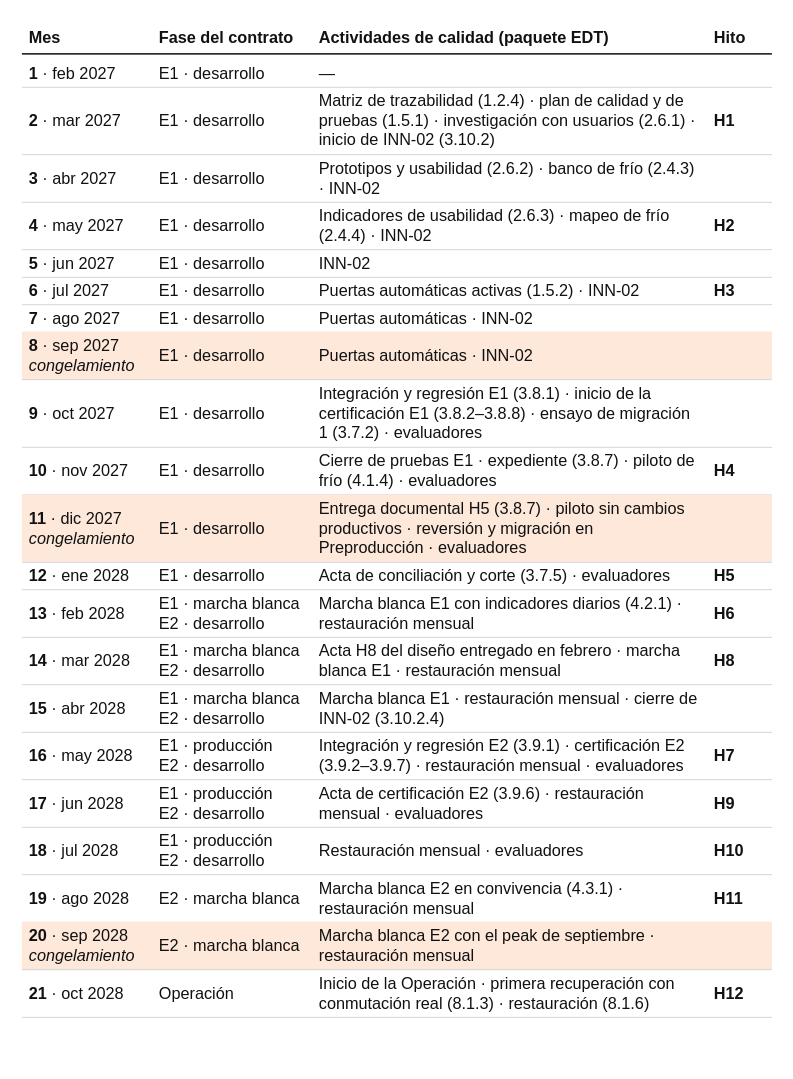
Above: SD9_v_nueva/09_plan_calidad/diagramas/Fig_9-10_Calidad_Implementacion_vertical.drawio in PatricioH315/LafroX (draw.io), before the change. Source tidied: cells renumbered, new cells numbered last; positions are measured from the earlier drawing's top-left corner, leaving out a move shared by most shapes. Both pictures are drawn from the tidied source at 125%, with x=0, y=0 at pixel (21, 21).
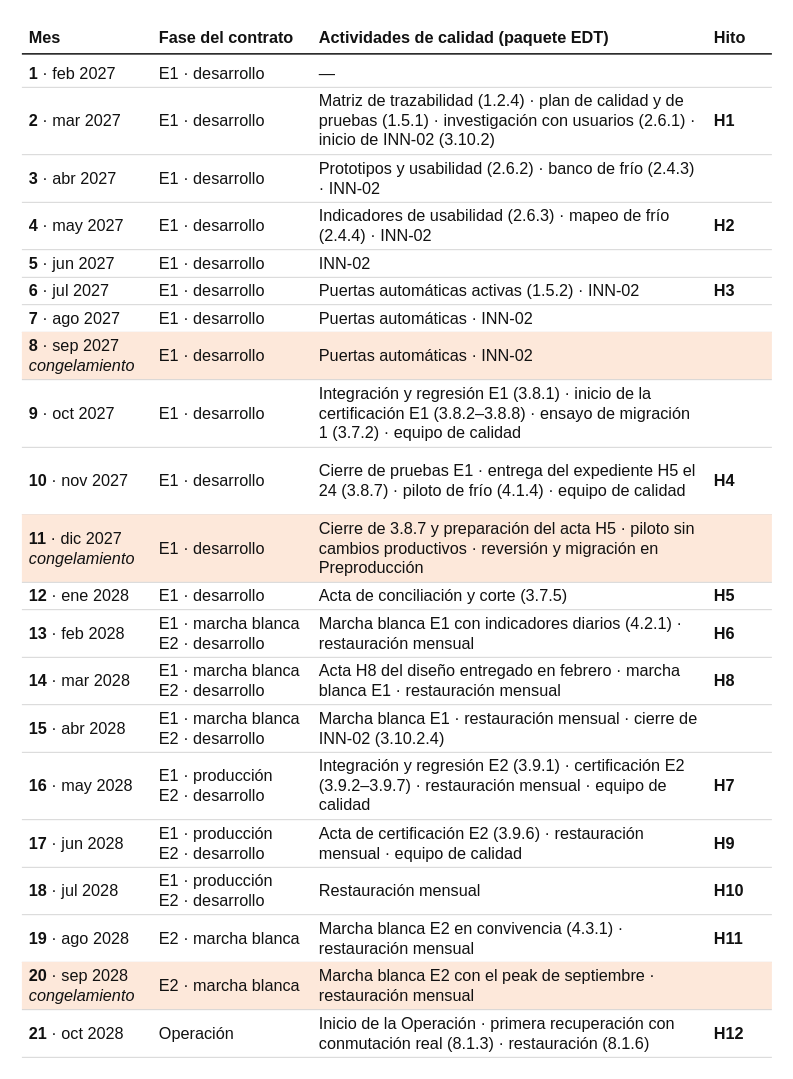
The same diagram, later.

Commit message (it also covers changes not shown here):
docs(sd9): alinea la entrega del H5 y el rótulo de G5 con T-17 y SD13

Change to the diagram source:
```diff
@@
-    <mxCell id="45" value="Integración y regresión E1 (3.8.1) · inicio de la certificación E1 (3.8.2–3.8.8) · ensayo de migración 1 (3.7.2) · evaluadores" style="text;html=1;fontSize=13;fontFamily=Helvetica;fontColor=#111111;align=left;verticalAlign=middle;whiteSpace=wrap;" parent="1" vertex="1">
+    <mxCell id="45" value="Integración y regresión E1 (3.8.1) · inicio de la certificación E1 (3.8.2–3.8.8) · ensayo de migración 1 (3.7.2) · equipo de calidad" style="text;html=1;fontSize=13;fontFamily=Helvetica;fontColor=#111111;align=left;verticalAlign=middle;whiteSpace=wrap;" parent="1" vertex="1">
       <mxGeometry x="236" y="286" width="308" height="54" as="geometry" />
     </mxCell>
@@
     <mxCell id="47" value="&lt;b&gt;10&lt;/b&gt; · nov 2027" style="text;html=1;fontSize=13;fontFamily=Helvetica;fontColor=#111111;align=left;verticalAlign=middle;whiteSpace=wrap;" parent="1" vertex="1">
-      <mxGeometry x="4" y="340" width="100" height="38" as="geometry" />
+      <mxGeometry x="4" y="340" width="100" height="54" as="geometry" />
     </mxCell>
     <mxCell id="48" value="E1 · desarrollo" style="text;html=1;fontSize=13;fontFamily=Helvetica;fontColor=#111111;align=left;verticalAlign=middle;whiteSpace=wrap;" parent="1" vertex="1">
-      <mxGeometry x="108" y="340" width="124" height="38" as="geometry" />
+      <mxGeometry x="108" y="340" width="124" height="54" as="geometry" />
     </mxCell>
-    <mxCell id="49" value="Cierre de pruebas E1 · expediente (3.8.7) · piloto de frío (4.1.4) · evaluadores" style="text;html=1;fontSize=13;fontFamily=Helvetica;fontColor=#111111;align=left;verticalAlign=middle;whiteSpace=wrap;" parent="1" vertex="1">
-      <mxGeometry x="236" y="340" width="308" height="38" as="geometry" />
+    <mxCell id="49" value="Cierre de pruebas E1 · entrega del expediente H5 el 24 (3.8.7) · piloto de frío (4.1.4) · equipo de calidad" style="text;html=1;fontSize=13;fontFamily=Helvetica;fontColor=#111111;align=left;verticalAlign=middle;whiteSpace=wrap;" parent="1" vertex="1">
+      <mxGeometry x="236" y="340" width="308" height="54" as="geometry" />
     </mxCell>
     <mxCell id="50" value="&lt;b&gt;H4&lt;/b&gt;" style="text;html=1;fontSize=13;fontFamily=Helvetica;fontColor=#111111;align=left;verticalAlign=middle;whiteSpace=wrap;" parent="1" vertex="1">
-      <mxGeometry x="552" y="340" width="48" height="38" as="geometry" />
+      <mxGeometry x="552" y="340" width="48" height="54" as="geometry" />
     </mxCell>
     <mxCell id="51" style="rounded=0;html=1;strokeColor=none;fillColor=#C7C7C7;" parent="1" vertex="1">
-      <mxGeometry y="378" width="600" height="0.6" as="geometry" />
+      <mxGeometry y="394" width="600" height="0.6" as="geometry" />
     </mxCell>
     <mxCell id="52" style="rounded=0;html=1;strokeColor=none;fillColor=#FDE8DA;" parent="1" vertex="1">
-      <mxGeometry y="378" width="600" height="54" as="geometry" />
+      <mxGeometry y="394" width="600" height="54" as="geometry" />
     </mxCell>
     <mxCell id="53" value="&lt;b&gt;11&lt;/b&gt; · dic 2027&lt;br&gt;&lt;i&gt;congelamiento&lt;/i&gt;" style="text;html=1;fontSize=13;fontFamily=Helvetica;fontColor=#111111;align=left;verticalAlign=middle;whiteSpace=wrap;" parent="1" vertex="1">
-      <mxGeometry x="4" y="378" width="100" height="54" as="geometry" />
+      <mxGeometry x="4" y="394" width="100" height="54" as="geometry" />
     </mxCell>
     <mxCell id="54" value="E1 · desarrollo" style="text;html=1;fontSize=13;fontFamily=Helvetica;fontColor=#111111;align=left;verticalAlign=middle;whiteSpace=wrap;" parent="1" vertex="1">
-      <mxGeometry x="108" y="378" width="124" height="54" as="geometry" />
+      <mxGeometry x="108" y="394" width="124" height="54" as="geometry" />
     </mxCell>
-    <mxCell id="55" value="Entrega documental H5 (3.8.7) · piloto sin cambios productivos · reversión y migración en Preproducción · evaluadores" style="text;html=1;fontSize=13;fontFamily=Helvetica;fontColor=#111111;align=left;verticalAlign=middle;whiteSpace=wrap;" parent="1" vertex="1">
-      <mxGeometry x="236" y="378" width="308" height="54" as="geometry" />
+    <mxCell id="55" value="Cierre de 3.8.7 y preparación del acta H5 · piloto sin cambios productivos · reversión y migración en Preproducción" style="text;html=1;fontSize=13;fontFamily=Helvetica;fontColor=#111111;align=left;verticalAlign=middle;whiteSpace=wrap;" parent="1" vertex="1">
+      <mxGeometry x="236" y="394" width="308" height="54" as="geometry" />
     </mxCell>
     <mxCell id="56" style="rounded=0;html=1;strokeColor=none;fillColor=#C7C7C7;" parent="1" vertex="1">
-      <mxGeometry y="432" width="600" height="0.6" as="geometry" />
+      <mxGeometry y="448" width="600" height="0.6" as="geometry" />
     </mxCell>
     <mxCell id="57" value="&lt;b&gt;12&lt;/b&gt; · ene 2028" style="text;html=1;fontSize=13;fontFamily=Helvetica;fontColor=#111111;align=left;verticalAlign=middle;whiteSpace=wrap;" parent="1" vertex="1">
-      <mxGeometry x="4" y="432" width="100" height="22" as="geometry" />
+      <mxGeometry x="4" y="448" width="100" height="22" as="geometry" />
     </mxCell>
     <mxCell id="58" value="E1 · desarrollo" style="text;html=1;fontSize=13;fontFamily=Helvetica;fontColor=#111111;align=left;verticalAlign=middle;whiteSpace=wrap;" parent="1" vertex="1">
-      <mxGeometry x="108" y="432" width="124" height="22" as="geometry" />
+      <mxGeometry x="108" y="448" width="124" height="22" as="geometry" />
     </mxCell>
-    <mxCell id="59" value="Acta de conciliación y corte (3.7.5) · evaluadores" style="text;html=1;fontSize=13;fontFamily=Helvetica;fontColor=#111111;align=left;verticalAlign=middle;whiteSpace=wrap;" parent="1" vertex="1">
-      <mxGeometry x="236" y="432" width="308" height="22" as="geometry" />
+    <mxCell id="59" value="Acta de conciliación y corte (3.7.5)" style="text;html=1;fontSize=13;fontFamily=Helvetica;fontColor=#111111;align=left;verticalAlign=middle;whiteSpace=wrap;" parent="1" vertex="1">
+      <mxGeometry x="236" y="448" width="308" height="22" as="geometry" />
     </mxCell>
     <mxCell id="60" value="&lt;b&gt;H5&lt;/b&gt;" style="text;html=1;fontSize=13;fontFamily=Helvetica;fontColor=#111111;align=left;verticalAlign=middle;whiteSpace=wrap;" parent="1" vertex="1">
-      <mxGeometry x="552" y="432" width="48" height="22" as="geometry" />
+      <mxGeometry x="552" y="448" width="48" height="22" as="geometry" />
     </mxCell>
     <mxCell id="61" style="rounded=0;html=1;strokeColor=none;fillColor=#C7C7C7;" parent="1" vertex="1">
-      <mxGeometry y="454" width="600" height="0.6" as="geometry" />
+      <mxGeometry y="470" width="600" height="0.6" as="geometry" />
     </mxCell>
     <mxCell id="62" value="&lt;b&gt;13&lt;/b&gt; · feb 2028" style="text;html=1;fontSize=13;fontFamily=Helvetica;fontColor=#111111;align=left;verticalAlign=middle;whiteSpace=wrap;" parent="1" vertex="1">
-      <mxGeometry x="4" y="454" width="100" height="38" as="geometry" />
+      <mxGeometry x="4" y="470" width="100" height="38" as="geometry" />
     </mxCell>
     <mxCell id="63" value="E1 · marcha blanca&lt;br&gt;E2 · desarrollo" style="text;html=1;fontSize=13;fontFamily=Helvetica;fontColor=#111111;align=left;verticalAlign=middle;whiteSpace=wrap;" parent="1" vertex="1">
-      <mxGeometry x="108" y="454" width="124" height="38" as="geometry" />
+      <mxGeometry x="108" y="470" width="124" height="38" as="geometry" />
     </mxCell>
     <mxCell id="64" value="Marcha blanca E1 con indicadores diarios (4.2.1) · restauración mensual" style="text;html=1;fontSize=13;fontFamily=Helvetica;fontColor=#111111;align=left;verticalAlign=middle;whiteSpace=wrap;" parent="1" vertex="1">
-      <mxGeometry x="236" y="454" width="308" height="38" as="geometry" />
+      <mxGeometry x="236" y="470" width="308" height="38" as="geometry" />
     </mxCell>
     <mxCell id="65" value="&lt;b&gt;H6&lt;/b&gt;" style="text;html=1;fontSize=13;fontFamily=Helvetica;fontColor=#111111;align=left;verticalAlign=middle;whiteSpace=wrap;" parent="1" vertex="1">
-      <mxGeometry x="552" y="454" width="48" height="38" as="geometry" />
+      <mxGeometry x="552" y="470" width="48" height="38" as="geometry" />
     </mxCell>
     <mxCell id="66" style="rounded=0;html=1;strokeColor=none;fillColor=#C7C7C7;" parent="1" vertex="1">
-      <mxGeometry y="492" width="600" height="0.6" as="geometry" />
+      <mxGeometry y="508" width="600" height="0.6" as="geometry" />
     </mxCell>
     <mxCell id="67" value="&lt;b&gt;14&lt;/b&gt; · mar 2028" style="text;html=1;fontSize=13;fontFamily=Helvetica;fontColor=#111111;align=left;verticalAlign=middle;whiteSpace=wrap;" parent="1" vertex="1">
-      <mxGeometry x="4" y="492" width="100" height="38" as="geometry" />
+      <mxGeometry x="4" y="508" width="100" height="38" as="geometry" />
     </mxCell>
     <mxCell id="68" value="E1 · marcha blanca&lt;br&gt;E2 · desarrollo" style="text;html=1;fontSize=13;fontFamily=Helvetica;fontColor=#111111;align=left;verticalAlign=middle;whiteSpace=wrap;" parent="1" vertex="1">
-      <mxGeometry x="108" y="492" width="124" height="38" as="geometry" />
+      <mxGeometry x="108" y="508" width="124" height="38" as="geometry" />
     </mxCell>
     <mxCell id="69" value="Acta H8 del diseño entregado en febrero · marcha blanca E1 · restauración mensual" style="text;html=1;fontSize=13;fontFamily=Helvetica;fontColor=#111111;align=left;verticalAlign=middle;whiteSpace=wrap;" parent="1" vertex="1">
-      <mxGeometry x="236" y="492" width="308" height="38" as="geometry" />
+      <mxGeometry x="236" y="508" width="308" height="38" as="geometry" />
     </mxCell>
     <mxCell id="70" value="&lt;b&gt;H8&lt;/b&gt;" style="text;html=1;fontSize=13;fontFamily=Helvetica;fontColor=#111111;align=left;verticalAlign=middle;whiteSpace=wrap;" parent="1" vertex="1">
-      <mxGeometry x="552" y="492" width="48" height="38" as="geometry" />
+      <mxGeometry x="552" y="508" width="48" height="38" as="geometry" />
     </mxCell>
     <mxCell id="71" style="rounded=0;html=1;strokeColor=none;fillColor=#C7C7C7;" parent="1" vertex="1">
-      <mxGeometry y="530" width="600" height="0.6" as="geometry" />
+      <mxGeometry y="546" width="600" height="0.6" as="geometry" />
     </mxCell>
     <mxCell id="72" value="&lt;b&gt;15&lt;/b&gt; · abr 2028" style="text;html=1;fontSize=13;fontFamily=Helvetica;fontColor=#111111;align=left;verticalAlign=middle;whiteSpace=wrap;" parent="1" vertex="1">
-      <mxGeometry x="4" y="530" width="100" height="38" as="geometry" />
+      <mxGeometry x="4" y="546" width="100" height="38" as="geometry" />
     </mxCell>
     <mxCell id="73" value="E1 · marcha blanca&lt;br&gt;E2 · desarrollo" style="text;html=1;fontSize=13;fontFamily=Helvetica;fontColor=#111111;align=left;verticalAlign=middle;whiteSpace=wrap;" parent="1" vertex="1">
-      <mxGeometry x="108" y="530" width="124" height="38" as="geometry" />
+      <mxGeometry x="108" y="546" width="124" height="38" as="geometry" />
     </mxCell>
     <mxCell id="74" value="Marcha blanca E1 · restauración mensual · cierre de INN-02 (3.10.2.4)" style="text;html=1;fontSize=13;fontFamily=Helvetica;fontColor=#111111;align=left;verticalAlign=middle;whiteSpace=wrap;" parent="1" vertex="1">
-      <mxGeometry x="236" y="530" width="308" height="38" as="geometry" />
+      <mxGeometry x="236" y="546" width="308" height="38" as="geometry" />
     </mxCell>
     <mxCell id="75" style="rounded=0;html=1;strokeColor=none;fillColor=#C7C7C7;" parent="1" vertex="1">
-      <mxGeometry y="568" width="600" height="0.6" as="geometry" />
+      <mxGeometry y="584" width="600" height="0.6" as="geometry" />
     </mxCell>
     <mxCell id="76" value="&lt;b&gt;16&lt;/b&gt; · may 2028" style="text;html=1;fontSize=13;fontFamily=Helvetica;fontColor=#111111;align=left;verticalAlign=middle;whiteSpace=wrap;" parent="1" vertex="1">
-      <mxGeometry x="4" y="568" width="100" height="38" as="geometry" />
+      <mxGeometry x="4" y="584" width="100" height="54" as="geometry" />
     </mxCell>
     <mxCell id="77" value="E1 · producción&lt;br&gt;E2 · desarrollo" style="text;html=1;fontSize=13;fontFamily=Helvetica;fontColor=#111111;align=left;verticalAlign=middle;whiteSpace=wrap;" parent="1" vertex="1">
-      <mxGeometry x="108" y="568" width="124" height="38" as="geometry" />
+      <mxGeometry x="108" y="584" width="124" height="54" as="geometry" />
     </mxCell>
-    <mxCell id="78" value="Integración y regresión E2 (3.9.1) · certificación E2 (3.9.2–3.9.7) · restauración mensual · evaluadores" style="text;html=1;fontSize=13;fontFamily=Helvetica;fontColor=#111111;align=left;verticalAlign=middle;whiteSpace=wrap;" parent="1" vertex="1">
-      <mxGeometry x="236" y="568" width="308" height="38" as="geometry" />
+    <mxCell id="78" value="Integración y regresión E2 (3.9.1) · certificación E2 (3.9.2–3.9.7) · restauración mensual · equipo de calidad" style="text;html=1;fontSize=13;fontFamily=Helvetica;fontColor=#111111;align=left;verticalAlign=middle;whiteSpace=wrap;" parent="1" vertex="1">
+      <mxGeometry x="236" y="584" width="308" height="54" as="geometry" />
     </mxCell>
     <mxCell id="79" value="&lt;b&gt;H7&lt;/b&gt;" style="text;html=1;fontSize=13;fontFamily=Helvetica;fontColor=#111111;align=left;verticalAlign=middle;whiteSpace=wrap;" parent="1" vertex="1">
-      <mxGeometry x="552" y="568" width="48" height="38" as="geometry" />
+      <mxGeometry x="552" y="584" width="48" height="54" as="geometry" />
     </mxCell>
     <mxCell id="80" style="rounded=0;html=1;strokeColor=none;fillColor=#C7C7C7;" parent="1" vertex="1">
-      <mxGeometry y="606" width="600" height="0.6" as="geometry" />
+      <mxGeometry y="638" width="600" height="0.6" as="geometry" />
     </mxCell>
     <mxCell id="81" value="&lt;b&gt;17&lt;/b&gt; · jun 2028" style="text;html=1;fontSize=13;fontFamily=Helvetica;fontColor=#111111;align=left;verticalAlign=middle;whiteSpace=wrap;" parent="1" vertex="1">
-      <mxGeometry x="4" y="606" width="100" height="38" as="geometry" />
+      <mxGeometry x="4" y="638" width="100" height="38" as="geometry" />
     </mxCell>
     <mxCell id="82" value="E1 · producción&lt;br&gt;E2 · desarrollo" style="text;html=1;fontSize=13;fontFamily=Helvetica;fontColor=#111111;align=left;verticalAlign=middle;whiteSpace=wrap;" parent="1" vertex="1">
-      <mxGeometry x="108" y="606" width="124" height="38" as="geometry" />
+      <mxGeometry x="108" y="638" width="124" height="38" as="geometry" />
     </mxCell>
-    <mxCell id="83" value="Acta de certificación E2 (3.9.6) · restauración mensual · evaluadores" style="text;html=1;fontSize=13;fontFamily=Helvetica;fontColor=#111111;align=left;verticalAlign=middle;whiteSpace=wrap;" parent="1" vertex="1">
-      <mxGeometry x="236" y="606" width="308" height="38" as="geometry" />
+    <mxCell id="83" value="Acta de certificación E2 (3.9.6) · restauración mensual · equipo de calidad" style="text;html=1;fontSize=13;fontFamily=Helvetica;fontColor=#111111;align=left;verticalAlign=middle;whiteSpace=wrap;" parent="1" vertex="1">
+      <mxGeometry x="236" y="638" width="308" height="38" as="geometry" />
     </mxCell>
     <mxCell id="84" value="&lt;b&gt;H9&lt;/b&gt;" style="text;html=1;fontSize=13;fontFamily=Helvetica;fontColor=#111111;align=left;verticalAlign=middle;whiteSpace=wrap;" parent="1" vertex="1">
-      <mxGeometry x="552" y="606" width="48" height="38" as="geometry" />
+      <mxGeometry x="552" y="638" width="48" height="38" as="geometry" />
     </mxCell>
     <mxCell id="85" style="rounded=0;html=1;strokeColor=none;fillColor=#C7C7C7;" parent="1" vertex="1">
-      <mxGeometry y="644" width="600" height="0.6" as="geometry" />
+      <mxGeometry y="676" width="600" height="0.6" as="geometry" />
     </mxCell>
     <mxCell id="86" value="&lt;b&gt;18&lt;/b&gt; · jul 2028" style="text;html=1;fontSize=13;fontFamily=Helvetica;fontColor=#111111;align=left;verticalAlign=middle;whiteSpace=wrap;" parent="1" vertex="1">
-      <mxGeometry x="4" y="644" width="100" height="38" as="geometry" />
+      <mxGeometry x="4" y="676" width="100" height="38" as="geometry" />
     </mxCell>
     <mxCell id="87" value="E1 · producción&lt;br&gt;E2 · desarrollo" style="text;html=1;fontSize=13;fontFamily=Helvetica;fontColor=#111111;align=left;verticalAlign=middle;whiteSpace=wrap;" parent="1" vertex="1">
-      <mxGeometry x="108" y="644" width="124" height="38" as="geometry" />
+      <mxGeometry x="108" y="676" width="124" height="38" as="geometry" />
     </mxCell>
-    <mxCell id="88" value="Restauración mensual · evaluadores" style="text;html=1;fontSize=13;fontFamily=Helvetica;fontColor=#111111;align=left;verticalAlign=middle;whiteSpace=wrap;" parent="1" vertex="1">
-      <mxGeometry x="236" y="644" width="308" height="38" as="geometry" />
+    <mxCell id="88" value="Restauración mensual" style="text;html=1;fontSize=13;fontFamily=Helvetica;fontColor=#111111;align=left;verticalAlign=middle;whiteSpace=wrap;" parent="1" vertex="1">
+      <mxGeometry x="236" y="676" width="308" height="38" as="geometry" />
     </mxCell>
     <mxCell id="89" value="&lt;b&gt;H10&lt;/b&gt;" style="text;html=1;fontSize=13;fontFamily=Helvetica;fontColor=#111111;align=left;verticalAlign=middle;whiteSpace=wrap;" parent="1" vertex="1">
-      <mxGeometry x="552" y="644" width="48" height="38" as="geometry" />
+      <mxGeometry x="552" y="676" width="48" height="38" as="geometry" />
     </mxCell>
     <mxCell id="90" style="rounded=0;html=1;strokeColor=none;fillColor=#C7C7C7;" parent="1" vertex="1">
-      <mxGeometry y="682" width="600" height="0.6" as="geometry" />
+      <mxGeometry y="714" width="600" height="0.6" as="geometry" />
     </mxCell>
     <mxCell id="91" value="&lt;b&gt;19&lt;/b&gt; · ago 2028" style="text;html=1;fontSize=13;fontFamily=Helvetica;fontColor=#111111;align=left;verticalAlign=middle;whiteSpace=wrap;" parent="1" vertex="1">
-      <mxGeometry x="4" y="682" width="100" height="38" as="geometry" />
+      <mxGeometry x="4" y="714" width="100" height="38" as="geometry" />
     </mxCell>
     <mxCell id="92" value="E2 · marcha blanca" style="text;html=1;fontSize=13;fontFamily=Helvetica;fontColor=#111111;align=left;verticalAlign=middle;whiteSpace=wrap;" parent="1" vertex="1">
-      <mxGeometry x="108" y="682" width="124" height="38" as="geometry" />
+      <mxGeometry x="108" y="714" width="124" height="38" as="geometry" />
     </mxCell>
     <mxCell id="93" value="Marcha blanca E2 en convivencia (4.3.1) · restauración mensual" style="text;html=1;fontSize=13;fontFamily=Helvetica;fontColor=#111111;align=left;verticalAlign=middle;whiteSpace=wrap;" parent="1" vertex="1">
-      <mxGeometry x="236" y="682" width="308" height="38" as="geometry" />
+      <mxGeometry x="236" y="714" width="308" height="38" as="geometry" />
     </mxCell>
     <mxCell id="94" value="&lt;b&gt;H11&lt;/b&gt;" style="text;html=1;fontSize=13;fontFamily=Helvetica;fontColor=#111111;align=left;verticalAlign=middle;whiteSpace=wrap;" parent="1" vertex="1">
-      <mxGeometry x="552" y="682" width="48" height="38" as="geometry" />
+      <mxGeometry x="552" y="714" width="48" height="38" as="geometry" />
     </mxCell>
     <mxCell id="95" style="rounded=0;html=1;strokeColor=none;fillColor=#C7C7C7;" parent="1" vertex="1">
-      <mxGeometry y="720" width="600" height="0.6" as="geometry" />
+      <mxGeometry y="752" width="600" height="0.6" as="geometry" />
     </mxCell>
     <mxCell id="96" style="rounded=0;html=1;strokeColor=none;fillColor=#FDE8DA;" parent="1" vertex="1">
-      <mxGeometry y="720" width="600" height="38" as="geometry" />
+      <mxGeometry y="752" width="600" height="38" as="geometry" />
     </mxCell>
     <mxCell id="97" value="&lt;b&gt;20&lt;/b&gt; · sep 2028&lt;br&gt;&lt;i&gt;congelamiento&lt;/i&gt;" style="text;html=1;fontSize=13;fontFamily=Helvetica;fontColor=#111111;align=left;verticalAlign=middle;whiteSpace=wrap;" parent="1" vertex="1">
-      <mxGeometry x="4" y="720" width="100" height="38" as="geometry" />
+      <mxGeometry x="4" y="752" width="100" height="38" as="geometry" />
     </mxCell>
     <mxCell id="98" value="E2 · marcha blanca" style="text;html=1;fontSize=13;fontFamily=Helvetica;fontColor=#111111;align=left;verticalAlign=middle;whiteSpace=wrap;" parent="1" vertex="1">
-      <mxGeometry x="108" y="720" width="124" height="38" as="geometry" />
+      <mxGeometry x="108" y="752" width="124" height="38" as="geometry" />
     </mxCell>
     <mxCell id="99" value="Marcha blanca E2 con el peak de septiembre · restauración mensual" style="text;html=1;fontSize=13;fontFamily=Helvetica;fontColor=#111111;align=left;verticalAlign=middle;whiteSpace=wrap;" parent="1" vertex="1">
-      <mxGeometry x="236" y="720" width="308" height="38" as="geometry" />
+      <mxGeometry x="236" y="752" width="308" height="38" as="geometry" />
     </mxCell>
     <mxCell id="100" style="rounded=0;html=1;strokeColor=none;fillColor=#C7C7C7;" parent="1" vertex="1">
-      <mxGeometry y="758" width="600" height="0.6" as="geometry" />
+      <mxGeometry y="790" width="600" height="0.6" as="geometry" />
     </mxCell>
     <mxCell id="101" value="&lt;b&gt;21&lt;/b&gt; · oct 2028" style="text;html=1;fontSize=13;fontFamily=Helvetica;fontColor=#111111;align=left;verticalAlign=middle;whiteSpace=wrap;" parent="1" vertex="1">
-      <mxGeometry x="4" y="758" width="100" height="38" as="geometry" />
+      <mxGeometry x="4" y="790" width="100" height="38" as="geometry" />
     </mxCell>
     <mxCell id="102" value="Operación" style="text;html=1;fontSize=13;fontFamily=Helvetica;fontColor=#111111;align=left;verticalAlign=middle;whiteSpace=wrap;" parent="1" vertex="1">
-      <mxGeometry x="108" y="758" width="124" height="38" as="geometry" />
+      <mxGeometry x="108" y="790" width="124" height="38" as="geometry" />
     </mxCell>
     <mxCell id="103" value="Inicio de la Operación · primera recuperación con conmutación real (8.1.3) · restauración (8.1.6)" style="text;html=1;fontSize=13;fontFamily=Helvetica;fontColor=#111111;align=left;verticalAlign=middle;whiteSpace=wrap;" parent="1" vertex="1">
-      <mxGeometry x="236" y="758" width="308" height="38" as="geometry" />
+      <mxGeometry x="236" y="790" width="308" height="38" as="geometry" />
     </mxCell>
     <mxCell id="104" value="&lt;b&gt;H12&lt;/b&gt;" style="text;html=1;fontSize=13;fontFamily=Helvetica;fontColor=#111111;align=left;verticalAlign=middle;whiteSpace=wrap;" parent="1" vertex="1">
-      <mxGeometry x="552" y="758" width="48" height="38" as="geometry" />
+      <mxGeometry x="552" y="790" width="48" height="38" as="geometry" />
     </mxCell>
     <mxCell id="105" style="rounded=0;html=1;strokeColor=none;fillColor=#C7C7C7;" parent="1" vertex="1">
-      <mxGeometry y="796" width="600" height="0.6" as="geometry" />
+      <mxGeometry y="828" width="600" height="0.6" as="geometry" />
     </mxCell>
```
